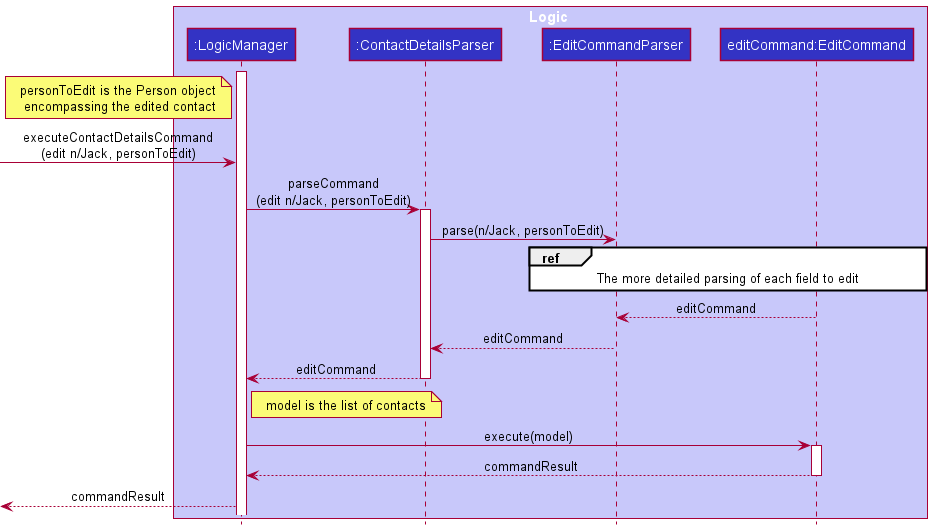
Above: docs/images/EditCommandSequenceDiagram.png in tonishka/tp (PlantUML), before the change.
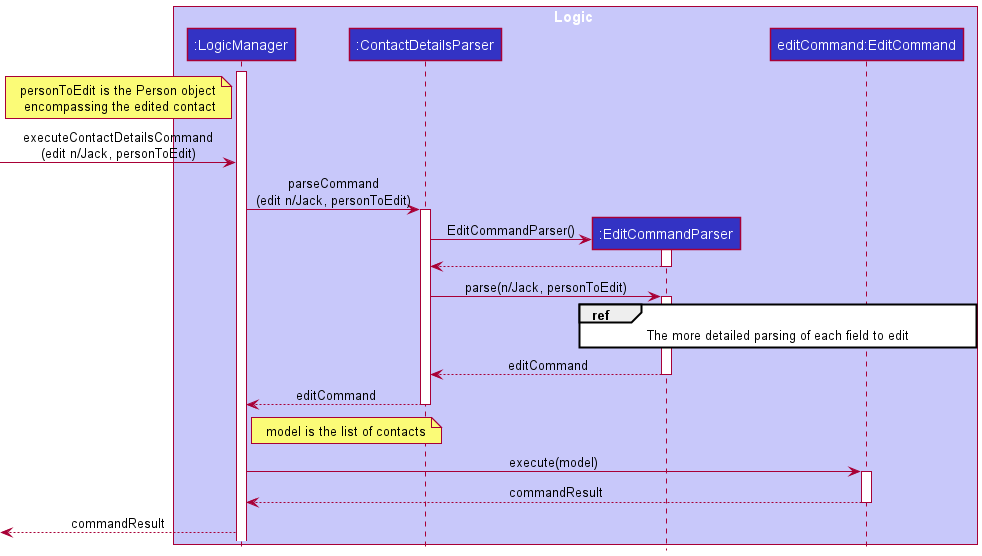
The same file after the commit.

The edit, as a diff of the source:
```diff
@@ -14,10 +14,15 @@
 -> LogicManager : executeContactDetailsCommand\n(edit n/Jack, personToEdit)
 LogicManager -> ContactDetailsParser : parseCommand\n(edit n/Jack, personToEdit)
 activate ContactDetailsParser
+ContactDetailsParser -> EditCommandParser ** : EditCommandParser()
+activate EditCommandParser
+EditCommandParser --> ContactDetailsParser
+deactivate EditCommandParser
 ContactDetailsParser -> EditCommandParser : parse(n/Jack, personToEdit)
+activate EditCommandParser
 ref over EditCommandParser, EditCommand : The more detailed parsing of each field to edit
-EditCommand --> EditCommandParser : editCommand
 EditCommandParser --> ContactDetailsParser : editCommand
+deactivate EditCommandParser
 ContactDetailsParser --> LogicManager : editCommand
 deactivate ContactDetailsParser
 note right of LogicManager : model is the list of contacts
```
